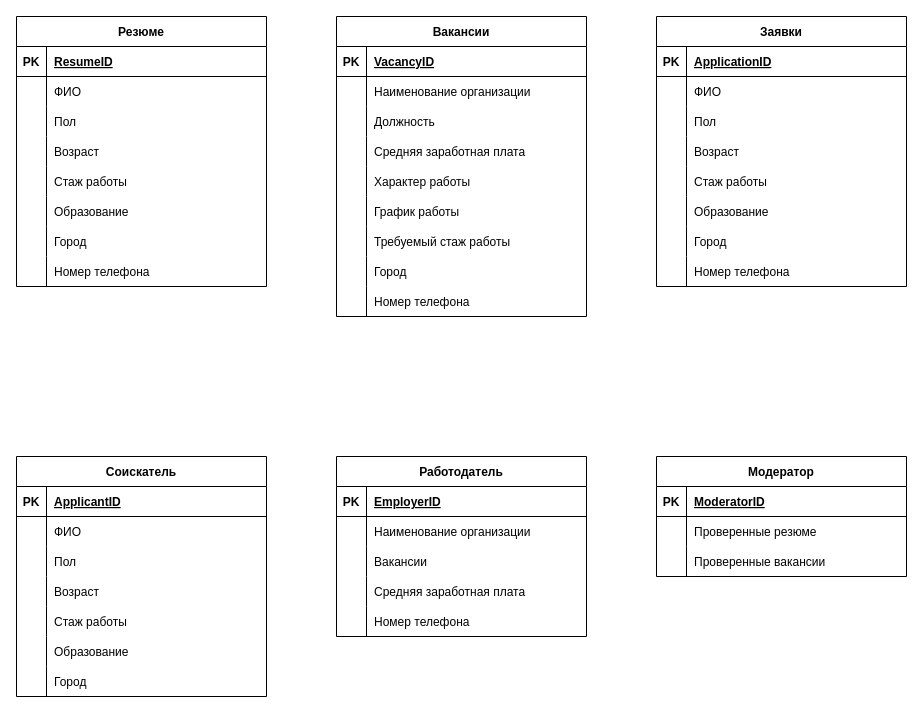
Before: Diagrams/Entity Relationship Diagram.drawio in FullOfDelirium/Employment-agency, a draw.io diagram. Source tidied: cells renumbered, new cells numbered last; positions are measured from the earlier drawing's top-left corner, leaving out a move shared by most shapes. Both pictures are drawn from the tidied source at 100%, with x=0, y=0 at pixel (16, 16).
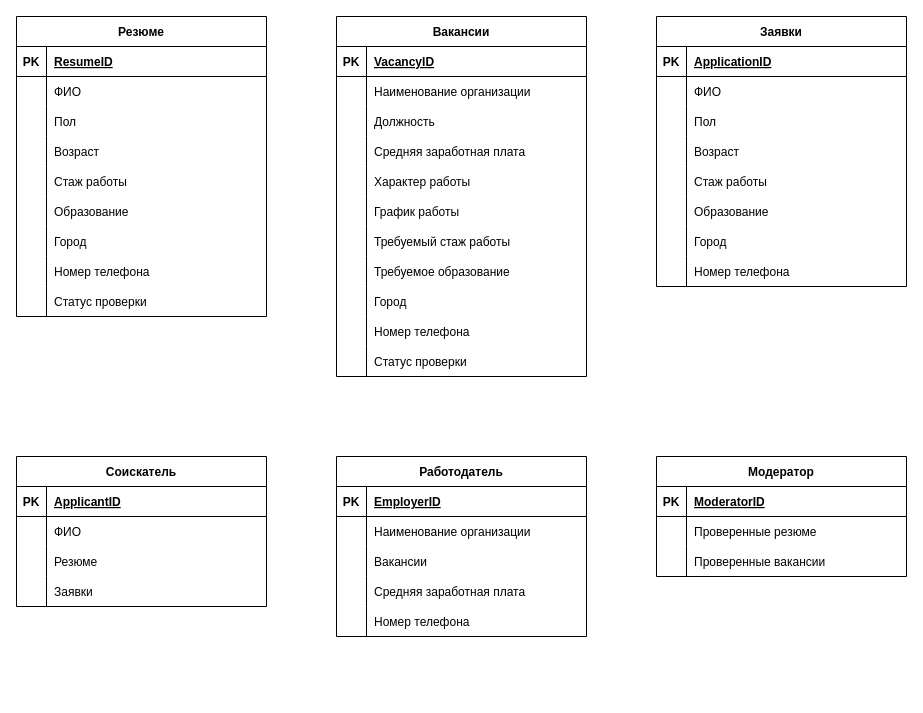
The same page after the edit.

The change refers to these unchanged cells:
```xml
<mxCell id="87" style="shape=partialRectangle;fillColor=none;top=0;left=0;right=0;bottom=0;" parent="80" vertex="1">
  <mxGeometry y="90" width="250" height="30" as="geometry" />
</mxCell>
<mxCell id="90" style="shape=partialRectangle;fillColor=none;top=0;left=0;right=0;bottom=0;" parent="80" vertex="1">
  <mxGeometry y="120" width="250" height="30" as="geometry" />
</mxCell>
```

Change to the diagram source:
```diff
@@
     <mxCell id="2" value="Резюме" style="shape=table;startSize=30;childLayout=tableLayout;rowLines=0;fontStyle=1;align=center;" parent="1" vertex="1">
-      <mxGeometry width="250" height="270" as="geometry" />
+      <mxGeometry width="250" height="300" as="geometry" />
     </mxCell>
@@
+    <mxCell id="128" style="shape=partialRectangle;fillColor=none;top=0;left=0;right=0;bottom=0;" parent="2" vertex="1">
+      <mxGeometry y="270" width="250" height="30" as="geometry" />
+    </mxCell>
+    <mxCell id="129" style="shape=partialRectangle;overflow=hidden;fillColor=none;top=0;left=0;bottom=0;right=0;" parent="128" vertex="1">
+      <mxGeometry width="30" height="30" as="geometry" />
+    </mxCell>
+    <mxCell id="130" value="Статус проверки" style="shape=partialRectangle;overflow=hidden;fillColor=none;top=0;left=0;bottom=0;right=0;align=left;spacingLeft=6;" parent="128" vertex="1">
+      <mxGeometry x="30" width="220" height="30" as="geometry" />
+    </mxCell>
     <mxCell id="27" value="Вакансии" style="shape=table;startSize=30;childLayout=tableLayout;rowLines=0;fontStyle=1;align=center;" parent="1" vertex="1">
-      <mxGeometry x="320" width="250" height="300" as="geometry" />
+      <mxGeometry x="320" width="250" height="360" as="geometry" />
     </mxCell>
@@
+    <mxCell id="131" style="shape=partialRectangle;fillColor=none;top=0;left=0;right=0;bottom=0;" parent="27" vertex="1">
+      <mxGeometry y="240" width="250" height="30" as="geometry" />
+    </mxCell>
+    <mxCell id="132" style="shape=partialRectangle;overflow=hidden;fillColor=none;top=0;left=0;bottom=0;right=0;" parent="131" vertex="1">
+      <mxGeometry width="30" height="30" as="geometry" />
+    </mxCell>
+    <mxCell id="133" value="Требуемое образование" style="shape=partialRectangle;overflow=hidden;fillColor=none;top=0;left=0;bottom=0;right=0;align=left;spacingLeft=6;" parent="131" vertex="1">
+      <mxGeometry x="30" width="220" height="30" as="geometry" />
+    </mxCell>
     <mxCell id="49" style="shape=partialRectangle;fillColor=none;top=0;left=0;right=0;bottom=0;" parent="27" vertex="1">
-      <mxGeometry y="240" width="250" height="30" as="geometry" />
+      <mxGeometry y="270" width="250" height="30" as="geometry" />
     </mxCell>
@@
     <mxCell id="52" style="shape=partialRectangle;fillColor=none;top=0;left=0;right=0;bottom=0;" parent="27" vertex="1">
-      <mxGeometry y="270" width="250" height="30" as="geometry" />
+      <mxGeometry y="300" width="250" height="30" as="geometry" />
     </mxCell>
@@
+    <mxCell id="134" style="shape=partialRectangle;fillColor=none;top=0;left=0;right=0;bottom=0;" parent="27" vertex="1">
+      <mxGeometry y="330" width="250" height="30" as="geometry" />
+    </mxCell>
+    <mxCell id="135" style="shape=partialRectangle;overflow=hidden;fillColor=none;top=0;left=0;bottom=0;right=0;" parent="134" vertex="1">
+      <mxGeometry width="30" height="30" as="geometry" />
+    </mxCell>
+    <mxCell id="136" value="Статус проверки" style="shape=partialRectangle;overflow=hidden;fillColor=none;top=0;left=0;bottom=0;right=0;align=left;spacingLeft=6;" parent="134" vertex="1">
+      <mxGeometry x="30" width="220" height="30" as="geometry" />
+    </mxCell>
@@
     <mxCell id="80" value="Соискатель" style="shape=table;startSize=30;childLayout=tableLayout;rowLines=0;fontStyle=1;align=center;" parent="1" vertex="1">
-      <mxGeometry y="440" width="250" height="240" as="geometry" />
+      <mxGeometry y="440" width="250" height="150" as="geometry" />
     </mxCell>
@@
-    <mxCell id="88" style="shape=partialRectangle;overflow=hidden;fillColor=none;top=0;left=0;bottom=0;right=0;" parent="87" vertex="1">
-      <mxGeometry width="30" height="30" as="geometry" />
-    </mxCell>
-    <mxCell id="89" value="Пол" style="shape=partialRectangle;overflow=hidden;fillColor=none;top=0;left=0;bottom=0;right=0;align=left;spacingLeft=6;" parent="87" vertex="1">
-      <mxGeometry x="30" width="220" height="30" as="geometry" />
-    </mxCell>
+    <mxCell id="137" style="shape=partialRectangle;overflow=hidden;fillColor=none;top=0;left=0;bottom=0;right=0;" parent="87" vertex="1">
+      <mxGeometry width="30" height="30" as="geometry" />
+    </mxCell>
+    <mxCell id="138" value="Резюме" style="shape=partialRectangle;overflow=hidden;fillColor=none;top=0;left=0;bottom=0;right=0;align=left;spacingLeft=6;" parent="87" vertex="1">
+      <mxGeometry x="30" width="220" height="30" as="geometry" />
+    </mxCell>
@@
-    <mxCell id="91" style="shape=partialRectangle;overflow=hidden;fillColor=none;top=0;left=0;bottom=0;right=0;" parent="90" vertex="1">
-      <mxGeometry width="30" height="30" as="geometry" />
-    </mxCell>
-    <mxCell id="92" value="Возраст" style="shape=partialRectangle;overflow=hidden;fillColor=none;top=0;left=0;bottom=0;right=0;align=left;spacingLeft=6;" parent="90" vertex="1">
-      <mxGeometry x="30" width="220" height="30" as="geometry" />
-    </mxCell>
-    <mxCell id="93" style="shape=partialRectangle;fillColor=none;top=0;left=0;right=0;bottom=0;" parent="80" vertex="1">
-      <mxGeometry y="150" width="250" height="30" as="geometry" />
-    </mxCell>
-    <mxCell id="94" style="shape=partialRectangle;overflow=hidden;fillColor=none;top=0;left=0;bottom=0;right=0;" parent="93" vertex="1">
-      <mxGeometry width="30" height="30" as="geometry" />
-    </mxCell>
-    <mxCell id="95" value="Стаж работы" style="shape=partialRectangle;overflow=hidden;fillColor=none;top=0;left=0;bottom=0;right=0;align=left;spacingLeft=6;" parent="93" vertex="1">
-      <mxGeometry x="30" width="220" height="30" as="geometry" />
-    </mxCell>
-    <mxCell id="96" style="shape=partialRectangle;fillColor=none;top=0;left=0;right=0;bottom=0;" parent="80" vertex="1">
-      <mxGeometry y="180" width="250" height="30" as="geometry" />
-    </mxCell>
-    <mxCell id="97" style="shape=partialRectangle;overflow=hidden;fillColor=none;top=0;left=0;bottom=0;right=0;" parent="96" vertex="1">
-      <mxGeometry width="30" height="30" as="geometry" />
-    </mxCell>
-    <mxCell id="98" value="Образование" style="shape=partialRectangle;overflow=hidden;fillColor=none;top=0;left=0;bottom=0;right=0;align=left;spacingLeft=6;" parent="96" vertex="1">
-      <mxGeometry x="30" width="220" height="30" as="geometry" />
-    </mxCell>
-    <mxCell id="99" style="shape=partialRectangle;fillColor=none;top=0;left=0;right=0;bottom=0;" parent="80" vertex="1">
-      <mxGeometry y="210" width="250" height="30" as="geometry" />
-    </mxCell>
-    <mxCell id="100" style="shape=partialRectangle;overflow=hidden;fillColor=none;top=0;left=0;bottom=0;right=0;" parent="99" vertex="1">
-      <mxGeometry width="30" height="30" as="geometry" />
-    </mxCell>
-    <mxCell id="101" value="Город" style="shape=partialRectangle;overflow=hidden;fillColor=none;top=0;left=0;bottom=0;right=0;align=left;spacingLeft=6;" parent="99" vertex="1">
-      <mxGeometry x="30" width="220" height="30" as="geometry" />
-    </mxCell>
+    <mxCell id="139" style="shape=partialRectangle;overflow=hidden;fillColor=none;top=0;left=0;bottom=0;right=0;" parent="90" vertex="1">
+      <mxGeometry width="30" height="30" as="geometry" />
+    </mxCell>
+    <mxCell id="140" value="Заявки" style="shape=partialRectangle;overflow=hidden;fillColor=none;top=0;left=0;bottom=0;right=0;align=left;spacingLeft=6;" parent="90" vertex="1">
+      <mxGeometry x="30" width="220" height="30" as="geometry" />
+    </mxCell>
```
